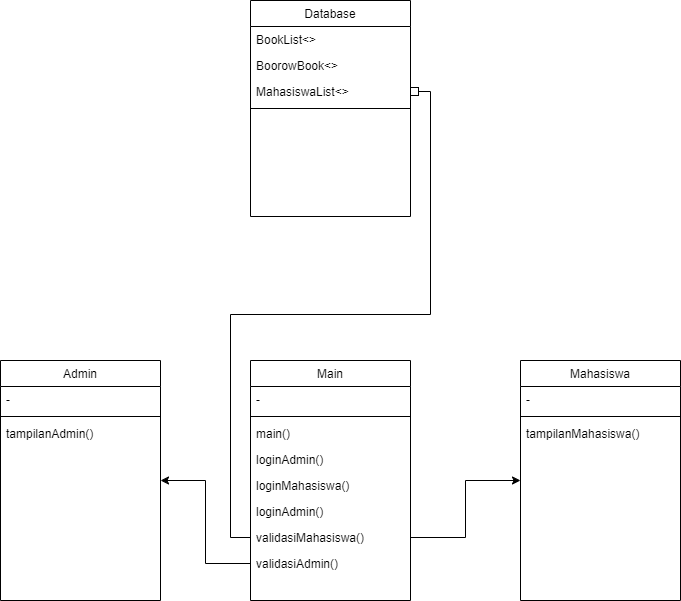
Above: DiagramPerpustakaan.png in dikameo/PERPUSTAKAANCUY (draw.io), before the change. Source tidied: cells renumbered, new cells last; positions are measured from the earlier drawing's top-left corner, leaving out a move shared by most shapes.
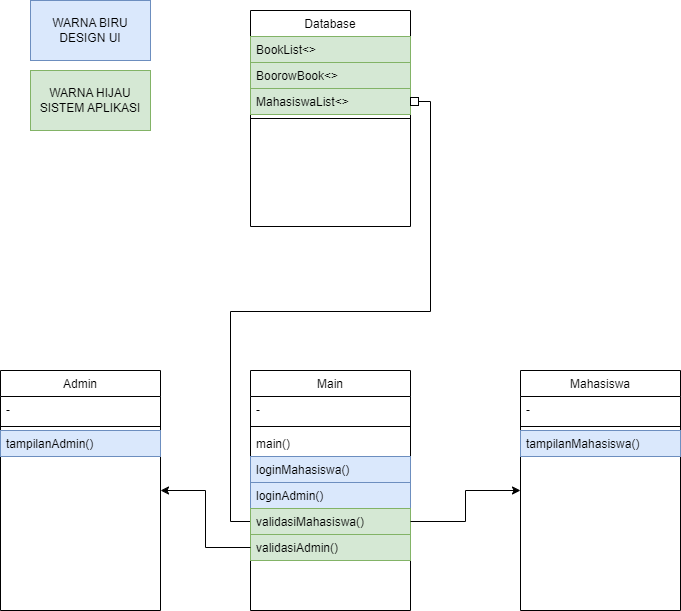
The same file after the commit.

Diff of the diagram source:
```diff
@@ -11,7 +11,7 @@
     <mxCell id="4" style="line;html=1;strokeWidth=1;align=left;verticalAlign=middle;spacingTop=-1;spacingLeft=3;spacingRight=3;labelPosition=right;" parent="2" vertex="1">
       <mxGeometry y="52" width="160" height="8" as="geometry" />
     </mxCell>
-    <mxCell id="5" value="tampilanAdmin()" style="text;align=left;verticalAlign=top;spacingLeft=4;spacingRight=4;overflow=hidden;" parent="2" vertex="1">
+    <mxCell id="5" value="tampilanAdmin()" style="text;align=left;verticalAlign=top;spacingLeft=4;spacingRight=4;overflow=hidden;fillColor=#dae8fc;strokeColor=#6c8ebf;" parent="2" vertex="1">
       <mxGeometry y="60" width="160" height="26" as="geometry" />
     </mxCell>
     <mxCell id="6" value="Mahasiswa" style="swimlane;fontStyle=0;align=center;verticalAlign=top;horizontal=1;startSize=26;rounded=0;shadow=0;strokeWidth=1;" parent="1" vertex="1">
@@ -23,19 +23,19 @@
     <mxCell id="8" style="line;html=1;strokeWidth=1;align=left;verticalAlign=middle;spacingTop=-1;spacingLeft=3;spacingRight=3;labelPosition=right;" parent="6" vertex="1">
       <mxGeometry y="52" width="160" height="8" as="geometry" />
     </mxCell>
-    <mxCell id="9" value="tampilanMahasiswa()" style="text;align=left;verticalAlign=top;spacingLeft=4;spacingRight=4;overflow=hidden;" parent="6" vertex="1">
+    <mxCell id="9" value="tampilanMahasiswa()" style="text;align=left;verticalAlign=top;spacingLeft=4;spacingRight=4;overflow=hidden;fillColor=#dae8fc;strokeColor=#6c8ebf;" parent="6" vertex="1">
       <mxGeometry y="60" width="160" height="26" as="geometry" />
     </mxCell>
     <mxCell id="10" value="Database" style="swimlane;fontStyle=0;align=center;verticalAlign=top;horizontal=1;startSize=26;rounded=0;shadow=0;strokeWidth=1;" parent="1" vertex="1">
       <mxGeometry x="250" width="160" height="216" as="geometry" />
     </mxCell>
-    <mxCell id="11" value="BookList&lt;&gt; " style="text;align=left;verticalAlign=top;spacingLeft=4;spacingRight=4;overflow=hidden;rounded=0;shadow=0;html=0;" parent="10" vertex="1">
+    <mxCell id="11" value="BookList&lt;&gt; " style="text;align=left;verticalAlign=top;spacingLeft=4;spacingRight=4;overflow=hidden;rounded=0;shadow=0;html=0;fillColor=#d5e8d4;strokeColor=#82b366;" parent="10" vertex="1">
       <mxGeometry y="26" width="160" height="26" as="geometry" />
     </mxCell>
-    <mxCell id="12" value="BoorowBook&lt;&gt;" style="text;align=left;verticalAlign=top;spacingLeft=4;spacingRight=4;overflow=hidden;rounded=0;shadow=0;html=0;" parent="10" vertex="1">
+    <mxCell id="12" value="BoorowBook&lt;&gt;" style="text;align=left;verticalAlign=top;spacingLeft=4;spacingRight=4;overflow=hidden;rounded=0;shadow=0;html=0;fillColor=#d5e8d4;strokeColor=#82b366;" parent="10" vertex="1">
       <mxGeometry y="52" width="160" height="26" as="geometry" />
     </mxCell>
-    <mxCell id="13" value="MahasiswaList&lt;&gt;" style="text;align=left;verticalAlign=top;spacingLeft=4;spacingRight=4;overflow=hidden;points=[[0,0.5],[1,0.5]];portConstraint=eastwest;rounded=0;shadow=0;html=0;" parent="10" vertex="1">
+    <mxCell id="13" value="MahasiswaList&lt;&gt;" style="text;align=left;verticalAlign=top;spacingLeft=4;spacingRight=4;overflow=hidden;points=[[0,0.5],[1,0.5]];portConstraint=eastwest;rounded=0;shadow=0;html=0;fillColor=#d5e8d4;strokeColor=#82b366;" parent="10" vertex="1">
       <mxGeometry y="78" width="160" height="26" as="geometry" />
     </mxCell>
     <mxCell id="14" style="line;html=1;strokeWidth=1;align=left;verticalAlign=middle;spacingTop=-1;spacingLeft=3;spacingRight=3;labelPosition=right;" parent="10" vertex="1">
@@ -56,20 +56,17 @@
     <mxCell id="19" value="main()" style="text;align=left;verticalAlign=top;spacingLeft=4;spacingRight=4;overflow=hidden;" parent="16" vertex="1">
       <mxGeometry y="60" width="160" height="26" as="geometry" />
     </mxCell>
-    <mxCell id="20" value="loginAdmin()" style="text;align=left;verticalAlign=top;spacingLeft=4;spacingRight=4;overflow=hidden;" parent="16" vertex="1">
-      <mxGeometry y="86" width="160" height="26" as="geometry" />
-    </mxCell>
-    <mxCell id="21" value="loginMahasiswa()" style="text;align=left;verticalAlign=top;spacingLeft=4;spacingRight=4;overflow=hidden;" parent="16" vertex="1">
-      <mxGeometry y="112" width="160" height="26" as="geometry" />
+    <mxCell id="21" value="loginMahasiswa()" style="text;align=left;verticalAlign=top;spacingLeft=4;spacingRight=4;overflow=hidden;fillColor=#dae8fc;strokeColor=#6c8ebf;" parent="16" vertex="1">
+      <mxGeometry y="86" width="160" height="26" as="geometry" />
     </mxCell>
-    <mxCell id="22" value="loginAdmin()" style="text;align=left;verticalAlign=top;spacingLeft=4;spacingRight=4;overflow=hidden;" parent="16" vertex="1">
-      <mxGeometry y="138" width="160" height="26" as="geometry" />
+    <mxCell id="22" value="loginAdmin()" style="text;align=left;verticalAlign=top;spacingLeft=4;spacingRight=4;overflow=hidden;fillColor=#dae8fc;strokeColor=#6c8ebf;" parent="16" vertex="1">
+      <mxGeometry y="112" width="160" height="26" as="geometry" />
     </mxCell>
-    <mxCell id="23" value="validasiMahasiswa()" style="text;align=left;verticalAlign=top;spacingLeft=4;spacingRight=4;overflow=hidden;points=[[0,0.5],[1,0.5]];portConstraint=eastwest;" parent="16" vertex="1">
-      <mxGeometry y="164" width="160" height="26" as="geometry" />
+    <mxCell id="23" value="validasiMahasiswa()" style="text;align=left;verticalAlign=top;spacingLeft=4;spacingRight=4;overflow=hidden;points=[[0,0.5],[1,0.5]];portConstraint=eastwest;fillColor=#d5e8d4;strokeColor=#82b366;" parent="16" vertex="1">
+      <mxGeometry y="138" width="160" height="26" as="geometry" />
     </mxCell>
-    <mxCell id="24" value="validasiAdmin()" style="text;align=left;verticalAlign=top;spacingLeft=4;spacingRight=4;overflow=hidden;points=[[0,0.5],[1,0.5]];portConstraint=eastwest;" parent="16" vertex="1">
-      <mxGeometry y="190" width="160" height="26" as="geometry" />
+    <mxCell id="24" value="validasiAdmin()" style="text;align=left;verticalAlign=top;spacingLeft=4;spacingRight=4;overflow=hidden;points=[[0,0.5],[1,0.5]];portConstraint=eastwest;fillColor=#d5e8d4;strokeColor=#82b366;" parent="16" vertex="1">
+      <mxGeometry y="164" width="160" height="26" as="geometry" />
     </mxCell>
     <mxCell id="25" style="edgeStyle=orthogonalEdgeStyle;rounded=0;jettySize=auto;html=1;" parent="1" edge="1" source="24" target="2">
       <mxGeometry relative="1" as="geometry" />
@@ -77,5 +74,11 @@
     <mxCell id="26" style="edgeStyle=orthogonalEdgeStyle;rounded=0;jettySize=auto;html=1;entryX=0;entryY=0.5;entryDx=0;entryDy=0;" parent="1" edge="1" source="23" target="6">
       <mxGeometry relative="1" as="geometry" />
     </mxCell>
+    <mxCell id="27" value="WARNA BIRU DESIGN UI" style="rounded=0;whiteSpace=wrap;html=1;fillColor=#dae8fc;strokeColor=#6c8ebf;" parent="1" vertex="1">
+      <mxGeometry x="30" y="-10" width="120" height="60" as="geometry" />
+    </mxCell>
+    <mxCell id="28" value="WARNA HIJAU SISTEM APLIKASI" style="rounded=0;whiteSpace=wrap;html=1;fillColor=#d5e8d4;strokeColor=#82b366;" parent="1" vertex="1">
+      <mxGeometry x="30" y="60" width="120" height="60" as="geometry" />
+    </mxCell>
   </root>
 </mxGraphModel>
```
